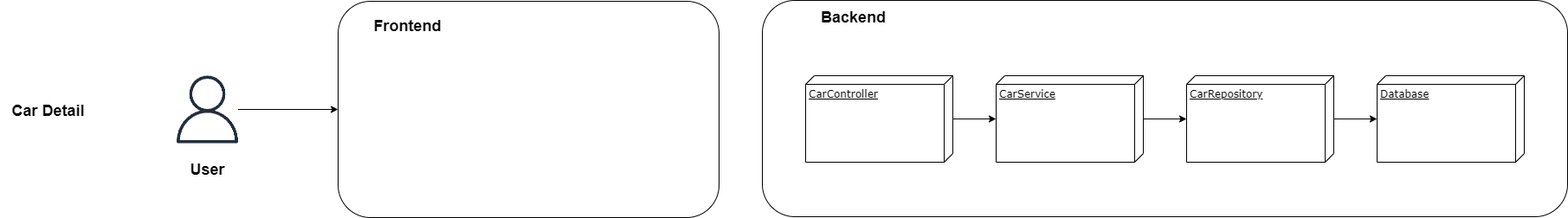
Tip-Grupo-6/kuruma-docs keeps this draw.io diagram as assets/Architecture.png. Above is the earlier version. Source tidied: cells renumbered, new cells last; positions are measured from the earlier drawing's top-left corner, leaving out a move shared by most shapes. Its diagram source:
```xml
<mxGraphModel>
  <root>
    <mxCell id="0" />
    <mxCell id="1" parent="0" />
    <mxCell id="2" style="rounded=1;whiteSpace=wrap;html=1;" parent="1" vertex="1">
      <mxGeometry x="880" width="930" height="250" as="geometry" />
    </mxCell>
    <mxCell id="3" style="edgeStyle=orthogonalEdgeStyle;rounded=0;jettySize=auto;html=1;" parent="1" edge="1" source="4" target="6">
      <mxGeometry relative="1" as="geometry" />
    </mxCell>
    <mxCell id="4" value="CarController" style="verticalAlign=top;align=left;spacingTop=8;spacingLeft=2;spacingRight=12;shape=cube;size=10;direction=south;fontStyle=4;html=1;rounded=0;shadow=0;comic=0;labelBackgroundColor=none;strokeWidth=1;fontFamily=Verdana;fontSize=12;" parent="1" vertex="1">
      <mxGeometry x="930" y="87" width="170" height="100" as="geometry" />
    </mxCell>
    <mxCell id="5" style="edgeStyle=orthogonalEdgeStyle;rounded=0;jettySize=auto;html=1;" parent="1" edge="1" source="6" target="8">
      <mxGeometry relative="1" as="geometry" />
    </mxCell>
    <mxCell id="6" value="CarService" style="verticalAlign=top;align=left;spacingTop=8;spacingLeft=2;spacingRight=12;shape=cube;size=10;direction=south;fontStyle=4;html=1;rounded=0;shadow=0;comic=0;labelBackgroundColor=none;strokeWidth=1;fontFamily=Verdana;fontSize=12;" parent="1" vertex="1">
      <mxGeometry x="1150" y="87" width="170" height="100" as="geometry" />
    </mxCell>
    <mxCell id="7" style="edgeStyle=orthogonalEdgeStyle;rounded=0;jettySize=auto;html=1;" parent="1" edge="1" source="8" target="9">
      <mxGeometry relative="1" as="geometry" />
    </mxCell>
    <mxCell id="8" value="CarRepository" style="verticalAlign=top;align=left;spacingTop=8;spacingLeft=2;spacingRight=12;shape=cube;size=10;direction=south;fontStyle=4;html=1;rounded=0;shadow=0;comic=0;labelBackgroundColor=none;strokeWidth=1;fontFamily=Verdana;fontSize=12;" parent="1" vertex="1">
      <mxGeometry x="1370" y="87" width="170" height="100" as="geometry" />
    </mxCell>
    <mxCell id="9" value="Database" style="verticalAlign=top;align=left;spacingTop=8;spacingLeft=2;spacingRight=12;shape=cube;size=10;direction=south;fontStyle=4;html=1;rounded=0;shadow=0;comic=0;labelBackgroundColor=none;strokeWidth=1;fontFamily=Verdana;fontSize=12;" parent="1" vertex="1">
      <mxGeometry x="1590" y="87" width="170" height="100" as="geometry" />
    </mxCell>
    <mxCell id="10" value="&lt;b&gt;&lt;font style=&quot;font-size: 18px;&quot;&gt;Car Detail&lt;/font&gt;&lt;/b&gt;" style="text;html=1;align=center;verticalAlign=middle;strokeColor=none;fillColor=none;" parent="1" vertex="1">
      <mxGeometry y="108" width="110" height="40" as="geometry" />
    </mxCell>
    <mxCell id="11" style="edgeStyle=orthogonalEdgeStyle;rounded=0;jettySize=auto;html=1;" parent="1" edge="1" source="12" target="14">
      <mxGeometry relative="1" as="geometry" />
    </mxCell>
    <mxCell id="12" value="&#10;&lt;b style=&quot;border-color: var(--border-color); color: rgb(0, 0, 0); font-family: Helvetica; font-size: 12px; font-style: normal; font-variant-ligatures: normal; font-variant-caps: normal; letter-spacing: normal; orphans: 2; text-indent: 0px; text-transform: none; widows: 2; word-spacing: 0px; -webkit-text-stroke-width: 0px; text-decoration-thickness: initial; text-decoration-style: initial; text-decoration-color: initial; text-align: center; background-color: rgb(251, 251, 251);&quot;&gt;&lt;font style=&quot;border-color: var(--border-color); font-size: 18px;&quot;&gt;User&lt;/font&gt;&lt;/b&gt;&#10;&#10;" style="sketch=0;outlineConnect=0;fontColor=#232F3E;gradientColor=none;fillColor=#232F3D;strokeColor=none;dashed=0;verticalLabelPosition=bottom;verticalAlign=top;align=center;html=1;fontSize=12;fontStyle=0;shape=mxgraph.aws4.user;" parent="1" vertex="1">
      <mxGeometry x="200" y="87" width="78" height="78" as="geometry" />
    </mxCell>
    <mxCell id="13" value="&lt;b&gt;&lt;font style=&quot;font-size: 18px;&quot;&gt;Backend&lt;/font&gt;&lt;/b&gt;" style="text;html=1;align=center;verticalAlign=middle;strokeColor=none;fillColor=none;" parent="1" vertex="1">
      <mxGeometry x="935" width="100" height="40" as="geometry" />
    </mxCell>
    <mxCell id="14" style="rounded=1;whiteSpace=wrap;html=1;" parent="1" vertex="1">
      <mxGeometry x="390" y="1" width="440" height="250" as="geometry" />
    </mxCell>
    <mxCell id="15" value="&lt;b&gt;&lt;font style=&quot;font-size: 18px;&quot;&gt;Frontend&lt;/font&gt;&lt;/b&gt;" style="text;html=1;align=center;verticalAlign=middle;strokeColor=none;fillColor=none;" parent="1" vertex="1">
      <mxGeometry x="420" y="10" width="100" height="40" as="geometry" />
    </mxCell>
  </root>
</mxGraphModel>
```
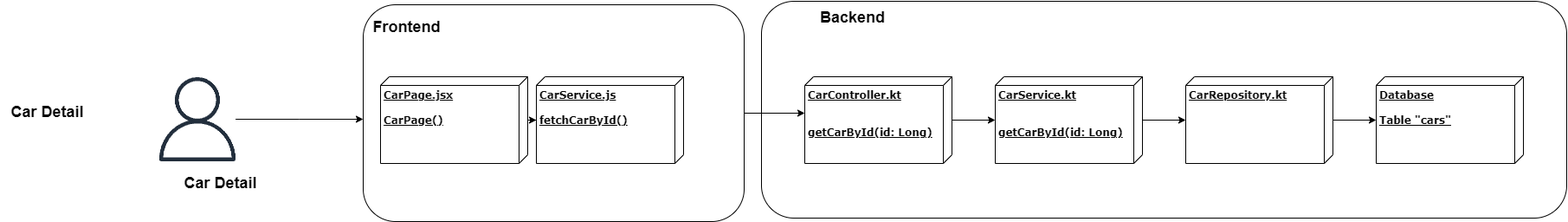
The same diagram one commit later.

Commit message:
Update Architecture img

What changed in the source:
```diff
@@ -8,41 +8,63 @@
     <mxCell id="3" style="edgeStyle=orthogonalEdgeStyle;rounded=0;jettySize=auto;html=1;" parent="1" edge="1" source="4" target="6">
       <mxGeometry relative="1" as="geometry" />
     </mxCell>
-    <mxCell id="4" value="CarController" style="verticalAlign=top;align=left;spacingTop=8;spacingLeft=2;spacingRight=12;shape=cube;size=10;direction=south;fontStyle=4;html=1;rounded=0;shadow=0;comic=0;labelBackgroundColor=none;strokeWidth=1;fontFamily=Verdana;fontSize=12;" parent="1" vertex="1">
+    <mxCell id="4" value="&lt;b&gt;CarController.kt&lt;br&gt;&lt;/b&gt;&lt;br&gt;&lt;br&gt;&lt;b&gt;getCarById(id: Long)&lt;/b&gt;" style="verticalAlign=top;align=left;spacingTop=8;spacingLeft=2;spacingRight=12;shape=cube;size=10;direction=south;fontStyle=4;html=1;rounded=0;shadow=0;comic=0;labelBackgroundColor=none;strokeWidth=1;fontFamily=Verdana;fontSize=12;" parent="1" vertex="1">
       <mxGeometry x="930" y="87" width="170" height="100" as="geometry" />
     </mxCell>
     <mxCell id="5" style="edgeStyle=orthogonalEdgeStyle;rounded=0;jettySize=auto;html=1;" parent="1" edge="1" source="6" target="8">
       <mxGeometry relative="1" as="geometry" />
     </mxCell>
-    <mxCell id="6" value="CarService" style="verticalAlign=top;align=left;spacingTop=8;spacingLeft=2;spacingRight=12;shape=cube;size=10;direction=south;fontStyle=4;html=1;rounded=0;shadow=0;comic=0;labelBackgroundColor=none;strokeWidth=1;fontFamily=Verdana;fontSize=12;" parent="1" vertex="1">
+    <mxCell id="6" value="&lt;b&gt;CarService.kt&lt;br&gt;&lt;/b&gt;&lt;br&gt;&lt;br&gt;&lt;b&gt;getCarById(id: Long)&lt;/b&gt;" style="verticalAlign=top;align=left;spacingTop=8;spacingLeft=2;spacingRight=12;shape=cube;size=10;direction=south;fontStyle=4;html=1;rounded=0;shadow=0;comic=0;labelBackgroundColor=none;strokeWidth=1;fontFamily=Verdana;fontSize=12;" parent="1" vertex="1">
       <mxGeometry x="1150" y="87" width="170" height="100" as="geometry" />
     </mxCell>
     <mxCell id="7" style="edgeStyle=orthogonalEdgeStyle;rounded=0;jettySize=auto;html=1;" parent="1" edge="1" source="8" target="9">
       <mxGeometry relative="1" as="geometry" />
     </mxCell>
-    <mxCell id="8" value="CarRepository" style="verticalAlign=top;align=left;spacingTop=8;spacingLeft=2;spacingRight=12;shape=cube;size=10;direction=south;fontStyle=4;html=1;rounded=0;shadow=0;comic=0;labelBackgroundColor=none;strokeWidth=1;fontFamily=Verdana;fontSize=12;" parent="1" vertex="1">
+    <mxCell id="8" value="&lt;b&gt;CarRepository.kt&lt;br&gt;&lt;/b&gt;" style="verticalAlign=top;align=left;spacingTop=8;spacingLeft=2;spacingRight=12;shape=cube;size=10;direction=south;fontStyle=4;html=1;rounded=0;shadow=0;comic=0;labelBackgroundColor=none;strokeWidth=1;fontFamily=Verdana;fontSize=12;" parent="1" vertex="1">
       <mxGeometry x="1370" y="87" width="170" height="100" as="geometry" />
     </mxCell>
-    <mxCell id="9" value="Database" style="verticalAlign=top;align=left;spacingTop=8;spacingLeft=2;spacingRight=12;shape=cube;size=10;direction=south;fontStyle=4;html=1;rounded=0;shadow=0;comic=0;labelBackgroundColor=none;strokeWidth=1;fontFamily=Verdana;fontSize=12;" parent="1" vertex="1">
+    <mxCell id="9" value="&lt;b&gt;Database&lt;br&gt;&lt;/b&gt;&lt;br&gt;&lt;b&gt;Table &quot;cars&quot;&lt;/b&gt;" style="verticalAlign=top;align=left;spacingTop=8;spacingLeft=2;spacingRight=12;shape=cube;size=10;direction=south;fontStyle=4;html=1;rounded=0;shadow=0;comic=0;labelBackgroundColor=none;strokeWidth=1;fontFamily=Verdana;fontSize=12;" parent="1" vertex="1">
       <mxGeometry x="1590" y="87" width="170" height="100" as="geometry" />
     </mxCell>
     <mxCell id="10" value="&lt;b&gt;&lt;font style=&quot;font-size: 18px;&quot;&gt;Car Detail&lt;/font&gt;&lt;/b&gt;" style="text;html=1;align=center;verticalAlign=middle;strokeColor=none;fillColor=none;" parent="1" vertex="1">
       <mxGeometry y="108" width="110" height="40" as="geometry" />
     </mxCell>
-    <mxCell id="11" style="edgeStyle=orthogonalEdgeStyle;rounded=0;jettySize=auto;html=1;" parent="1" edge="1" source="12" target="14">
-      <mxGeometry relative="1" as="geometry" />
+    <mxCell id="11" style="edgeStyle=orthogonalEdgeStyle;rounded=0;jettySize=auto;html=1;" parent="1" edge="1" source="20">
+      <mxGeometry relative="1" as="geometry">
+        <mxPoint x="420" y="136" as="targetPoint" />
+      </mxGeometry>
     </mxCell>
-    <mxCell id="12" value="&#10;&lt;b style=&quot;border-color: var(--border-color); color: rgb(0, 0, 0); font-family: Helvetica; font-size: 12px; font-style: normal; font-variant-ligatures: normal; font-variant-caps: normal; letter-spacing: normal; orphans: 2; text-indent: 0px; text-transform: none; widows: 2; word-spacing: 0px; -webkit-text-stroke-width: 0px; text-decoration-thickness: initial; text-decoration-style: initial; text-decoration-color: initial; text-align: center; background-color: rgb(251, 251, 251);&quot;&gt;&lt;font style=&quot;border-color: var(--border-color); font-size: 18px;&quot;&gt;User&lt;/font&gt;&lt;/b&gt;&#10;&#10;" style="sketch=0;outlineConnect=0;fontColor=#232F3E;gradientColor=none;fillColor=#232F3D;strokeColor=none;dashed=0;verticalLabelPosition=bottom;verticalAlign=top;align=center;html=1;fontSize=12;fontStyle=0;shape=mxgraph.aws4.user;" parent="1" vertex="1">
-      <mxGeometry x="200" y="87" width="78" height="78" as="geometry" />
-    </mxCell>
     <mxCell id="13" value="&lt;b&gt;&lt;font style=&quot;font-size: 18px;&quot;&gt;Backend&lt;/font&gt;&lt;/b&gt;" style="text;html=1;align=center;verticalAlign=middle;strokeColor=none;fillColor=none;" parent="1" vertex="1">
-      <mxGeometry x="935" width="100" height="40" as="geometry" />
+      <mxGeometry x="935" y="-1" width="100" height="40" as="geometry" />
     </mxCell>
+    <mxCell id="16" style="edgeStyle=orthogonalEdgeStyle;rounded=0;jettySize=auto;html=1;" parent="1" edge="1" source="14" target="4">
+      <mxGeometry relative="1" as="geometry">
+        <Array as="points">
+          <mxPoint x="860" y="137" />
+          <mxPoint x="860" y="137" />
+        </Array>
+      </mxGeometry>
+    </mxCell>
     <mxCell id="14" style="rounded=1;whiteSpace=wrap;html=1;" parent="1" vertex="1">
-      <mxGeometry x="390" y="1" width="440" height="250" as="geometry" />
+      <mxGeometry x="420" y="4" width="440" height="250" as="geometry" />
     </mxCell>
     <mxCell id="15" value="&lt;b&gt;&lt;font style=&quot;font-size: 18px;&quot;&gt;Frontend&lt;/font&gt;&lt;/b&gt;" style="text;html=1;align=center;verticalAlign=middle;strokeColor=none;fillColor=none;" parent="1" vertex="1">
       <mxGeometry x="420" y="10" width="100" height="40" as="geometry" />
     </mxCell>
+    <mxCell id="17" style="edgeStyle=orthogonalEdgeStyle;rounded=0;jettySize=auto;html=1;" parent="1" edge="1" source="18" target="19">
+      <mxGeometry relative="1" as="geometry" />
+    </mxCell>
+    <mxCell id="18" value="&lt;b&gt;CarPage.jsx&lt;br&gt;&lt;br&gt;CarPage()&lt;/b&gt;" style="verticalAlign=top;align=left;spacingTop=8;spacingLeft=2;spacingRight=12;shape=cube;size=10;direction=south;fontStyle=4;html=1;rounded=0;shadow=0;comic=0;labelBackgroundColor=none;strokeWidth=1;fontFamily=Verdana;fontSize=12;" parent="1" vertex="1">
+      <mxGeometry x="440" y="87" width="170" height="100" as="geometry" />
+    </mxCell>
+    <mxCell id="19" value="&lt;b&gt;CarService.js&lt;br&gt;&lt;br&gt;fetchCarById()&lt;/b&gt;" style="verticalAlign=top;align=left;spacingTop=8;spacingLeft=2;spacingRight=12;shape=cube;size=10;direction=south;fontStyle=4;html=1;rounded=0;shadow=0;comic=0;labelBackgroundColor=none;strokeWidth=1;fontFamily=Verdana;fontSize=12;" parent="1" vertex="1">
+      <mxGeometry x="620" y="87" width="170" height="100" as="geometry" />
+    </mxCell>
+    <mxCell id="20" style="sketch=0;outlineConnect=0;fontColor=#232F3E;gradientColor=none;fillColor=#232F3D;strokeColor=none;dashed=0;verticalLabelPosition=bottom;verticalAlign=top;align=center;html=1;fontSize=12;fontStyle=0;shape=mxgraph.aws4.user;" parent="1" vertex="1">
+      <mxGeometry x="180" y="87.5" width="97" height="97" as="geometry" />
+    </mxCell>
+    <mxCell id="21" value="&lt;b&gt;&lt;font style=&quot;font-size: 18px;&quot;&gt;Car Detail&lt;/font&gt;&lt;/b&gt;" style="text;html=1;align=center;verticalAlign=middle;strokeColor=none;fillColor=none;" parent="1" vertex="1">
+      <mxGeometry x="200" y="190" width="110" height="40" as="geometry" />
+    </mxCell>
   </root>
 </mxGraphModel>
```
